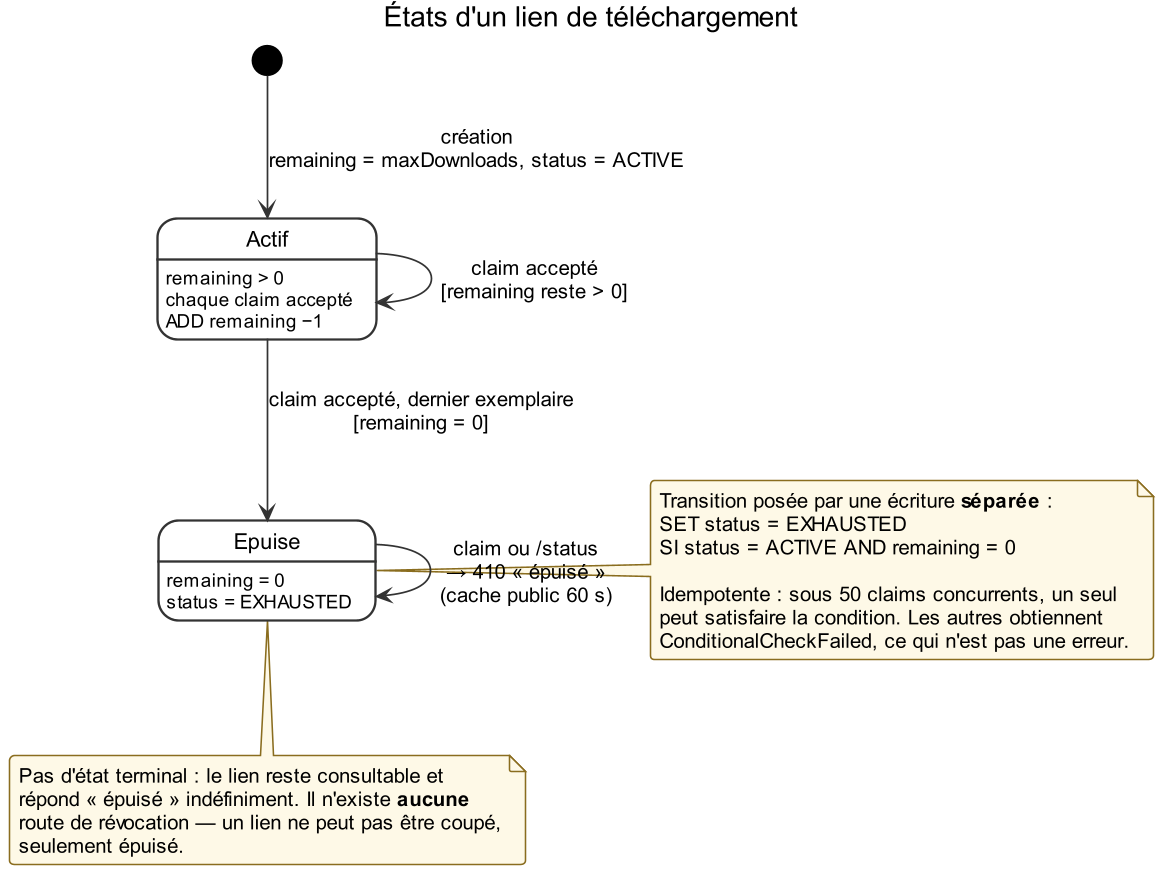
This is docs/diagrammes-conception/png/08a-etats-lien.png from Djusse/Editeur_Partag-, a PlantUML export, as it was before one commit. Its source is kept beside it as docs/diagrammes-conception/puml/08a-etats-lien.puml. The source it was exported from:
```plantuml
@startuml

skinparam {
  dpi 150
  defaultFontName Arial
  shadowing false
  roundcorner 6
  ArrowColor #333333
  ArrowThickness 1.1
  BackgroundColor white
  stateBackgroundColor #FFFFFF
  stateBorderColor #333333
  noteBackgroundColor #FEF9E7
  noteBorderColor #8A6D1F
}

title États d'un lien de téléchargement

[*] --> Actif : création\nremaining = maxDownloads, status = ACTIVE

state Actif {
  Actif : remaining > 0
  Actif : chaque claim accepté\nADD remaining −1
}

state Epuise {
  Epuise : remaining = 0
  Epuise : status = EXHAUSTED
}

Actif --> Actif : claim accepté\n[remaining reste > 0]
Actif --> Epuise : claim accepté, dernier exemplaire\n[remaining = 0]

note right of Epuise
  Transition posée par une écriture **séparée** :
  SET status = EXHAUSTED
  SI status = ACTIVE AND remaining = 0

  Idempotente : sous 50 claims concurrents, un seul
  peut satisfaire la condition. Les autres obtiennent
  ConditionalCheckFailed, ce qui n'est pas une erreur.
end note

Epuise --> Epuise : claim ou /status\n→ 410 « épuisé »\n(cache public 60 s)

note bottom of Epuise
  Pas d'état terminal : le lien reste consultable et
  répond « épuisé » indéfiniment. Il n'existe **aucune**
  route de révocation — un lien ne peut pas être coupé,
  seulement épuisé.
end note

@enduml
```
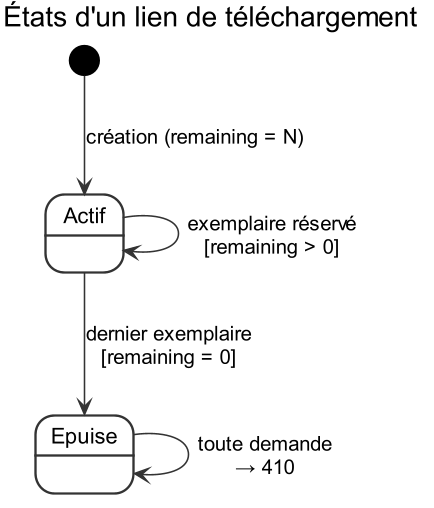
Later version of the same file.

What changed in the source:
```diff
@@ -6,48 +6,16 @@
   shadowing false
   roundcorner 6
   ArrowColor #333333
-  ArrowThickness 1.1
   BackgroundColor white
   stateBackgroundColor #FFFFFF
   stateBorderColor #333333
-  noteBackgroundColor #FEF9E7
-  noteBorderColor #8A6D1F
 }
 
 title États d'un lien de téléchargement
 
-[*] --> Actif : création\nremaining = maxDownloads, status = ACTIVE
-
-state Actif {
-  Actif : remaining > 0
-  Actif : chaque claim accepté\nADD remaining −1
-}
-
-state Epuise {
-  Epuise : remaining = 0
-  Epuise : status = EXHAUSTED
-}
-
-Actif --> Actif : claim accepté\n[remaining reste > 0]
-Actif --> Epuise : claim accepté, dernier exemplaire\n[remaining = 0]
-
-note right of Epuise
-  Transition posée par une écriture **séparée** :
-  SET status = EXHAUSTED
-  SI status = ACTIVE AND remaining = 0
-
-  Idempotente : sous 50 claims concurrents, un seul
-  peut satisfaire la condition. Les autres obtiennent
-  ConditionalCheckFailed, ce qui n'est pas une erreur.
-end note
-
-Epuise --> Epuise : claim ou /status\n→ 410 « épuisé »\n(cache public 60 s)
-
-note bottom of Epuise
-  Pas d'état terminal : le lien reste consultable et
-  répond « épuisé » indéfiniment. Il n'existe **aucune**
-  route de révocation — un lien ne peut pas être coupé,
-  seulement épuisé.
-end note
+[*] --> Actif : création (remaining = N)
+Actif --> Actif : exemplaire réservé\n[remaining > 0]
+Actif --> Epuise : dernier exemplaire\n[remaining = 0]
+Epuise --> Epuise : toute demande\n→ 410
 
 @enduml
```
